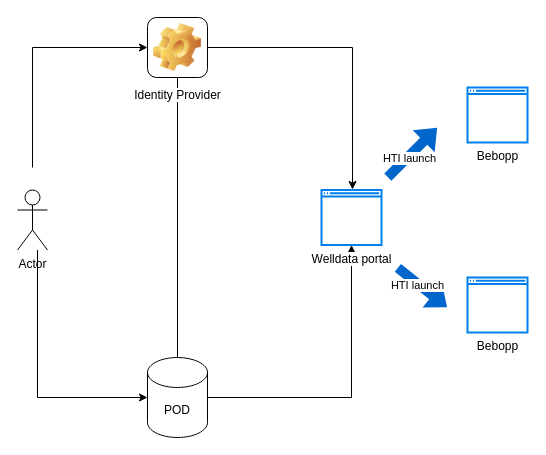
Earlier version of the draw.io diagram input/images-source/Welldata Overview.drawio (GIDSOpenStandaarden/welldata-implementation-guide). Source tidied: cells renumbered, new cells numbered last; positions are measured from the earlier drawing's top-left corner, leaving out a move shared by most shapes. Both pictures are drawn from the tidied source at 100%, with x=0, y=0 at pixel (17, 17).
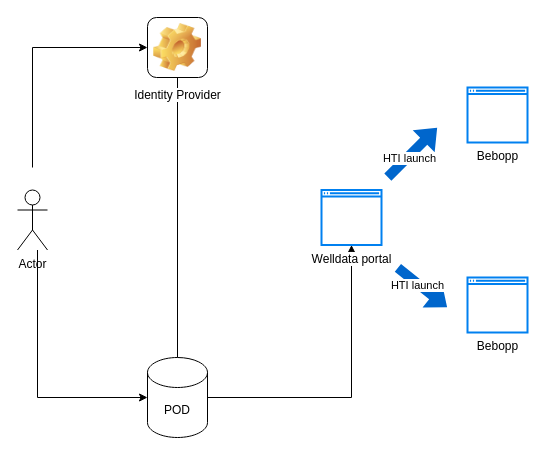
The same diagram, later.

The change refers to these unchanged cells:
```xml
<mxCell id="6" value="Welldata portal" style="html=1;verticalLabelPosition=bottom;align=center;labelBackgroundColor=#ffffff;verticalAlign=top;strokeWidth=2;strokeColor=#0080F0;shadow=0;dashed=0;shape=mxgraph.ios7.icons.window;" parent="1" vertex="1">
  <mxGeometry x="304" y="172.5" width="60" height="55" as="geometry" />
</mxCell>
<mxCell id="10" value="Identity Provider" style="icon;html=1;image=img/clipart/Gear_128x128.png;" parent="1" vertex="1">
  <mxGeometry x="130" width="60" height="60" as="geometry" />
</mxCell>
```

Diff of the diagram source:
```diff
@@
-    <mxCell id="11" style="edgeStyle=orthogonalEdgeStyle;rounded=0;jettySize=auto;html=1;entryX=0.517;entryY=-0.009;entryDx=0;entryDy=0;entryPerimeter=0;" parent="1" edge="1" source="10" target="6">
-      <mxGeometry relative="1" as="geometry" />
-    </mxCell>
```
